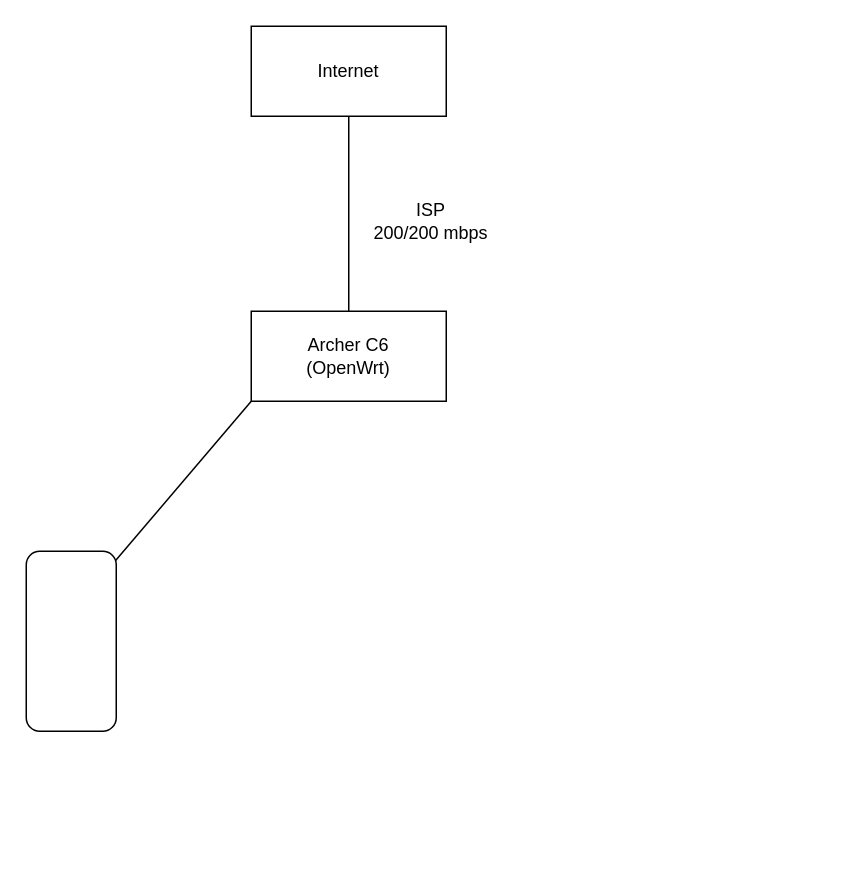
dovisp/dovisp keeps this draw.io diagram as Untitled Diagram.drawio. Above is the earlier version. Source tidied: cells renumbered, new cells numbered last; positions are measured from the earlier drawing's top-left corner, leaving out a move shared by most shapes. Both pictures are drawn from the tidied source at 150%, with x=0, y=0 at pixel (-20, 26).
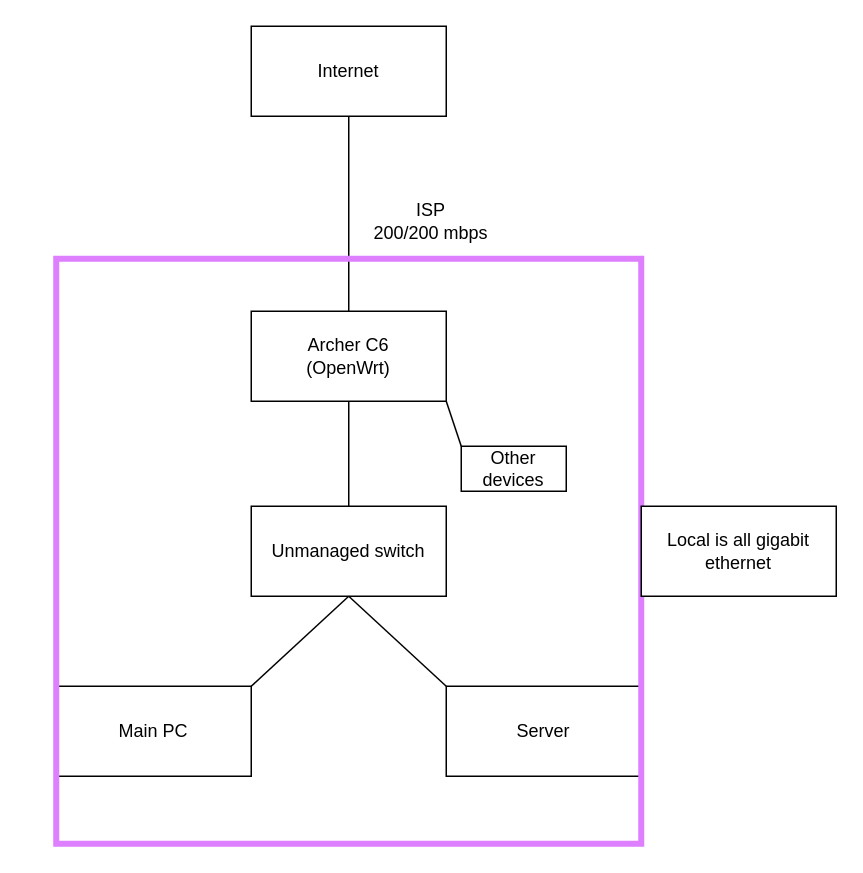
The same diagram, later.

What changed in the source:
```diff
@@
 <mxGraphModel>
   <root>
     <mxCell id="0" />
     <mxCell id="1" parent="0" />
     <mxCell id="2" value="Internet" style="rounded=0;whiteSpace=wrap;html=1;" parent="1" vertex="1">
       <mxGeometry x="180" width="130" height="60" as="geometry" />
     </mxCell>
     <mxCell id="3" value="&lt;div&gt;Archer C6&lt;/div&gt;&lt;div&gt;(OpenWrt)&lt;br&gt;&lt;/div&gt;" style="rounded=0;whiteSpace=wrap;html=1;" parent="1" vertex="1">
       <mxGeometry x="180" y="190" width="130" height="60" as="geometry" />
     </mxCell>
     <mxCell id="4" style="endArrow=none;html=1;rounded=0;entryX=0.5;entryY=0;entryDx=0;entryDy=0;exitX=0.5;exitY=1;exitDx=0;exitDy=0;" parent="1" edge="1" source="2" target="3">
       <mxGeometry relative="1" as="geometry" />
     </mxCell>
     <mxCell id="5" value="&lt;div&gt;ISP&lt;/div&gt;&lt;div&gt;200/200 mbps&lt;br&gt;&lt;/div&gt;" style="text;html=1;align=center;verticalAlign=middle;whiteSpace=wrap;rounded=0;" parent="1" vertex="1">
       <mxGeometry x="250" y="110" width="100" height="40" as="geometry" />
     </mxCell>
-    <mxCell id="6" style="endArrow=none;html=1;rounded=0;entryX=0;entryY=1;entryDx=0;entryDy=0;exitX=0.067;exitY=0.033;exitDx=0;exitDy=0;exitPerimeter=0;" parent="1" edge="1" source="7" target="3">
-      <mxGeometry relative="1" as="geometry" />
-    </mxCell>
-    <mxCell id="7" style="rounded=1;whiteSpace=wrap;html=1;rotation=90;" parent="1" vertex="1">
-      <mxGeometry y="380" width="120" height="60" as="geometry" />
-    </mxCell>
+    <mxCell id="8" value="Unmanaged switch" style="rounded=0;whiteSpace=wrap;html=1;" parent="1" vertex="1">
+      <mxGeometry x="180" y="320" width="130" height="60" as="geometry" />
+    </mxCell>
+    <mxCell id="9" value="&lt;div&gt;Server&lt;/div&gt;" style="rounded=0;whiteSpace=wrap;html=1;" parent="1" vertex="1">
+      <mxGeometry x="310" y="440" width="130" height="60" as="geometry" />
+    </mxCell>
+    <mxCell id="10" value="Main PC" style="rounded=0;whiteSpace=wrap;html=1;" parent="1" vertex="1">
+      <mxGeometry x="50" y="440" width="130" height="60" as="geometry" />
+    </mxCell>
+    <mxCell id="11" style="endArrow=none;html=1;rounded=0;entryX=0.5;entryY=1;entryDx=0;entryDy=0;exitX=0.5;exitY=0;exitDx=0;exitDy=0;" parent="1" edge="1" source="8" target="3">
+      <mxGeometry relative="1" as="geometry" />
+    </mxCell>
+    <mxCell id="12" style="endArrow=none;html=1;rounded=0;exitX=0.5;exitY=1;exitDx=0;exitDy=0;entryX=1;entryY=0;entryDx=0;entryDy=0;" parent="1" edge="1" source="8" target="10">
+      <mxGeometry relative="1" as="geometry" />
+    </mxCell>
+    <mxCell id="13" style="endArrow=none;html=1;rounded=0;entryX=0;entryY=0;entryDx=0;entryDy=0;exitX=0.5;exitY=1;exitDx=0;exitDy=0;" parent="1" edge="1" source="8" target="9">
+      <mxGeometry relative="1" as="geometry" />
+    </mxCell>
+    <mxCell id="14" style="whiteSpace=wrap;html=1;fillColor=none;fillStyle=dashed;gradientColor=none;strokeWidth=4;strokeColor=#DD7FFF;" parent="1" vertex="1">
+      <mxGeometry x="50" y="155" width="390" height="390" as="geometry" />
+    </mxCell>
+    <mxCell id="15" value="Local is all gigabit ethernet&lt;span class=&quot;nowrap&quot;&gt;&lt;br&gt;&lt;/span&gt;" style="rounded=0;whiteSpace=wrap;html=1;" parent="1" vertex="1">
+      <mxGeometry x="440" y="320" width="130" height="60" as="geometry" />
+    </mxCell>
+    <mxCell id="16" style="endArrow=none;html=1;rounded=0;entryX=1;entryY=1;entryDx=0;entryDy=0;" parent="1" edge="1" target="3">
+      <mxGeometry relative="1" as="geometry">
+        <mxPoint x="320" y="280" as="sourcePoint" />
+      </mxGeometry>
+    </mxCell>
+    <mxCell id="17" value="Other devices" style="rounded=0;whiteSpace=wrap;html=1;" parent="1" vertex="1">
+      <mxGeometry x="320" y="280" width="70" height="30" as="geometry" />
+    </mxCell>
   </root>
 </mxGraphModel>
```
